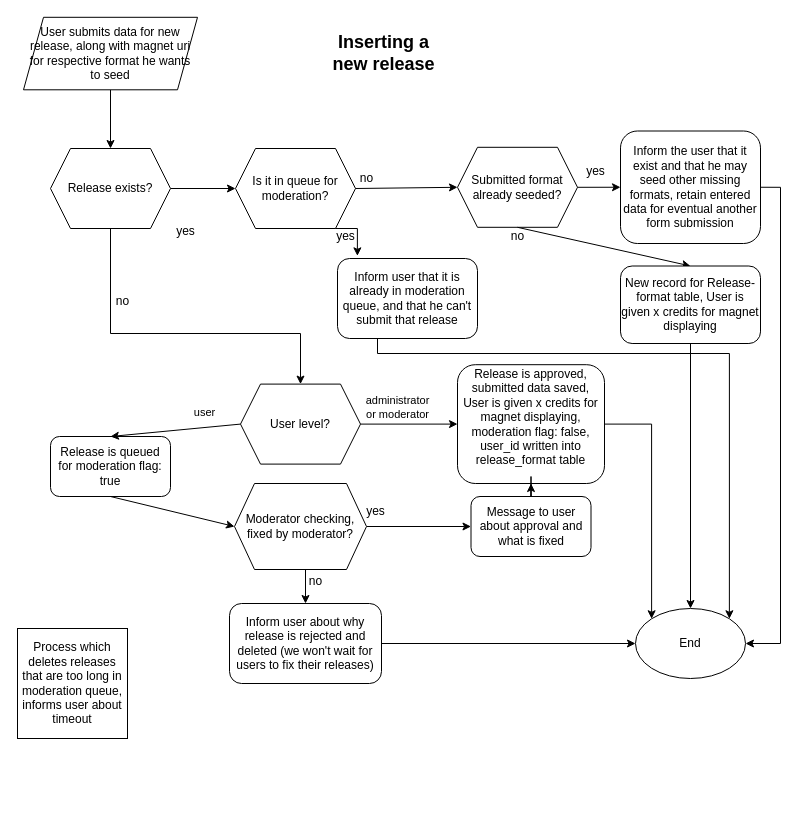
Makki977/torrentech-daemon keeps this draw.io diagram as page "Inserting a new release" (1 of 3) of docs/Torrentech V3 - dataflow & interface.drawio. Above is the earlier version. Source tidied: cells renumbered, new cells numbered last; positions are measured from the earlier drawing's top-left corner, leaving out a move shared by most shapes. Both pictures are drawn from the tidied source at 100%, with x=0, y=0 at pixel (17, 17).
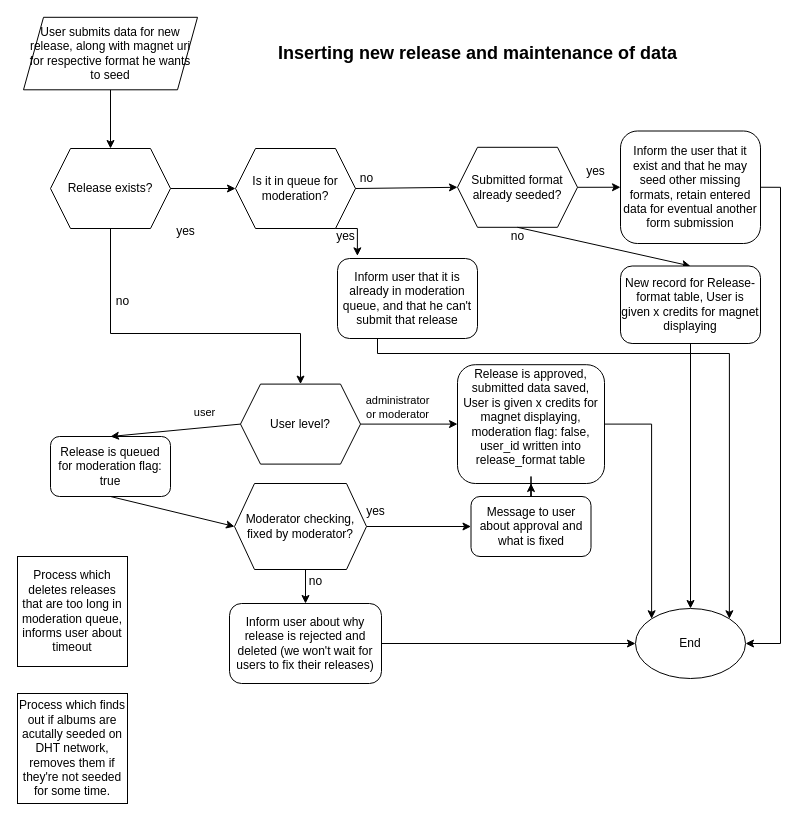
The same page after the edit.

The edit, as a diff of the source:
```diff
@@
-    <mxCell id="2" value="&lt;div&gt;&lt;font size=&quot;1&quot;&gt;&lt;b style=&quot;font-size: 18px&quot;&gt;Inserting a &lt;br&gt;&lt;/b&gt;&lt;/font&gt;&lt;/div&gt;&lt;div&gt;&lt;font size=&quot;1&quot;&gt;&lt;b style=&quot;font-size: 18px&quot;&gt;new release&lt;/b&gt;&lt;/font&gt;&lt;/div&gt;" style="text;html=1;align=center;verticalAlign=middle;" parent="1" vertex="1">
-      <mxGeometry x="306" y="16" width="120" height="40" as="geometry" />
+    <mxCell id="2" value="&lt;div&gt;&lt;font size=&quot;1&quot;&gt;&lt;b style=&quot;font-size: 18px&quot;&gt;Inserting new release and maintenance of data&lt;br&gt;&lt;/b&gt;&lt;/font&gt;&lt;/div&gt;" style="text;html=1;align=center;verticalAlign=middle;" parent="1" vertex="1">
+      <mxGeometry x="250" y="26" width="420" height="20" as="geometry" />
     </mxCell>
@@
     <mxCell id="41" value="Process which deletes releases that are too long in moderation queue, informs user about timeout" style="whiteSpace=wrap;html=1;" parent="1" vertex="1">
-      <mxGeometry y="611" width="110" height="110" as="geometry" />
+      <mxGeometry y="539" width="110" height="110" as="geometry" />
     </mxCell>
@@
+    <mxCell id="44" value="&lt;div&gt;Process which finds out if albums are acutally seeded on DHT network, removes them if they're not seeded for some time.&lt;/div&gt;" style="whiteSpace=wrap;html=1;" parent="1" vertex="1">
+      <mxGeometry y="676" width="110" height="110" as="geometry" />
+    </mxCell>
```
